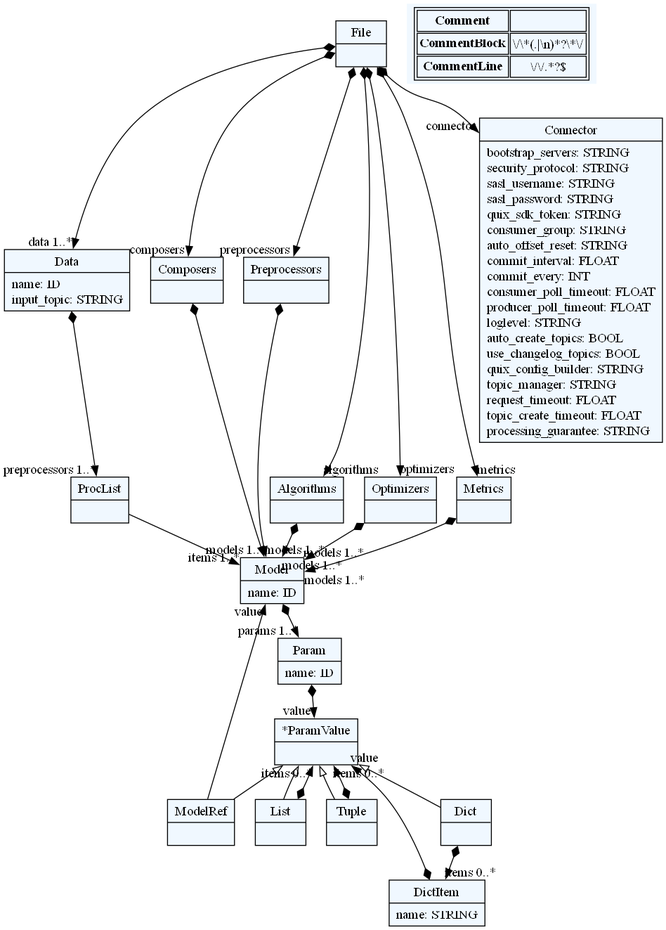
Above: beaver/refactoring-beaver/grammar/pipeline.dot.png in deepblue597/beaver (Graphviz), before the change. Its source is kept beside it as beaver/refactoring-beaver/grammar/pipeline.dot.
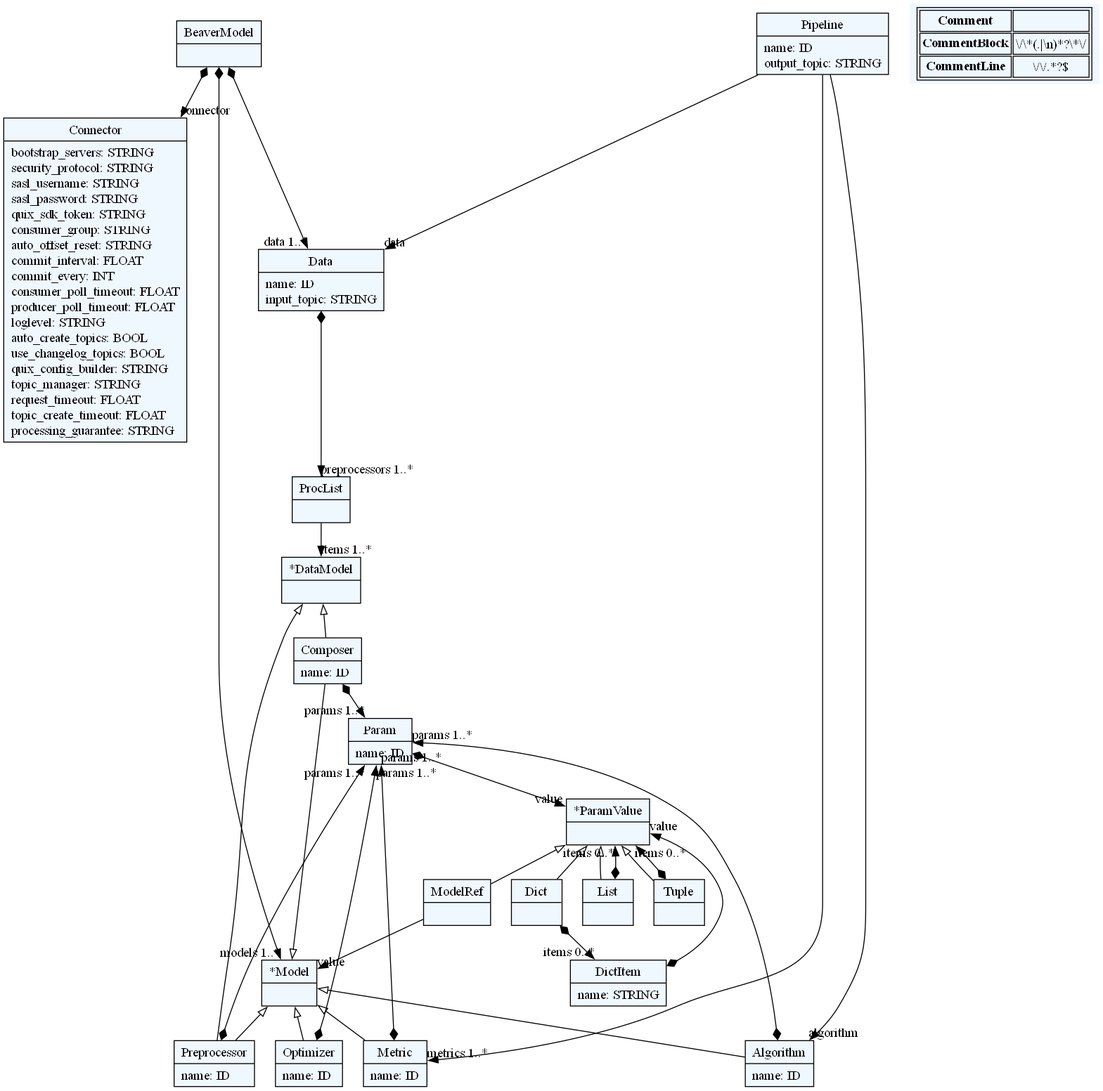
The same diagram one commit later.

What changed in the source:
```diff
@@ -10,67 +10,76 @@
     edge[dir=black,arrowtail=empty]
 
 
-2024682362720[ label="{File|}"]
+2462811762144[ label="{BeaverModel|}"]
 
-2024681887584[ label="{Data|name: ID\linput_topic: STRING\l}"]
+2462811755904[ label="{Pipeline|name: ID\loutput_topic: STRING\l}"]
 
-2024681897568[ label="{ProcList|}"]
+2462811183568[ label="{Data|name: ID\linput_topic: STRING\l}"]
 
-2024681897664[ label="{Composers|}"]
+2462811184192[ label="{ProcList|}"]
 
-2024681897760[ label="{Preprocessors|}"]
+2462811184384[ label="{Connector|bootstrap_servers: STRING\lsecurity_protocol: STRING\lsasl_username: STRING\lsasl_password: STRING\lquix_sdk_token: STRING\lconsumer_group: STRING\lauto_offset_reset: STRING\lcommit_interval: FLOAT\lcommit_every: INT\lconsumer_poll_timeout: FLOAT\lproducer_poll_timeout: FLOAT\lloglevel: STRING\lauto_create_topics: BOOL\luse_changelog_topics: BOOL\lquix_config_builder: STRING\ltopic_manager: STRING\lrequest_timeout: FLOAT\ltopic_create_timeout: FLOAT\lprocessing_guarantee: STRING\l}"]
 
-2024681897904[ label="{Algorithms|}"]
+2462811184480[ label="{List|}"]
 
-2024682063968[ label="{Optimizers|}"]
+2462811184528[ label="{Tuple|}"]
 
-2024682063008[ label="{Metrics|}"]
+2462811184624[ label="{Dict|}"]
 
-2024682062816[ label="{Connector|bootstrap_servers: STRING\lsecurity_protocol: STRING\lsasl_username: STRING\lsasl_password: STRING\lquix_sdk_token: STRING\lconsumer_group: STRING\lauto_offset_reset: STRING\lcommit_interval: FLOAT\lcommit_every: INT\lconsumer_poll_timeout: FLOAT\lproducer_poll_timeout: FLOAT\lloglevel: STRING\lauto_create_topics: BOOL\luse_changelog_topics: BOOL\lquix_config_builder: STRING\ltopic_manager: STRING\lrequest_timeout: FLOAT\ltopic_create_timeout: FLOAT\lprocessing_guarantee: STRING\l}"]
+2462811184720[ label="{DictItem|name: STRING\l}"]
 
-2024682063296[ label="{List|}"]
+2462811184816[ label="{ModelRef|}"]
 
-2024682062240[ label="{Tuple|}"]
+2462811184912[ label="{Param|name: ID\l}"]
 
-2024682062336[ label="{Dict|}"]
+2462811185104[ label="{*ParamValue|}"]
 
-2024682062960[ label="{DictItem|name: STRING\l}"]
+2462811186304[ label="{*Model|}"]
 
-2024682063344[ label="{ModelRef|}"]
+2462811187696[ label="{*DataModel|}"]
 
-2024682063584[ label="{Param|name: ID\l}"]
+2462811187792[ label="{Composer|name: ID\l}"]
 
-2024682063632[ label="{*ParamValue|}"]
+2462811187888[ label="{Preprocessor|name: ID\l}"]
 
-2024682063680[ label="{Model|name: ID\l}"]
+2462811187984[ label="{Algorithm|name: ID\l}"]
+
+2462811187936[ label="{Optimizer|name: ID\l}"]
+
+2462811185248[ label="{Metric|name: ID\l}"]
 
 
 
-2024682362720 -> 2024682062816[arrowtail=diamond, dir=both, headlabel="connector "]
-2024682362720 -> 2024681897664[arrowtail=diamond, dir=both, headlabel="composers "]
-2024682362720 -> 2024681897760[arrowtail=diamond, dir=both, headlabel="preprocessors "]
-2024682362720 -> 2024682063968[arrowtail=diamond, dir=both, headlabel="optimizers "]
-2024682362720 -> 2024681897904[arrowtail=diamond, dir=both, headlabel="algorithms "]
-2024682362720 -> 2024682063008[arrowtail=diamond, dir=both, headlabel="metrics "]
-2024682362720 -> 2024681887584[arrowtail=diamond, dir=both, headlabel="data 1..*"]
-2024681887584 -> 2024681897568[arrowtail=diamond, dir=both, headlabel="preprocessors 1..*"]
-2024681897568 -> 2024682063680[headlabel="items 1..*"]
-2024681897664 -> 2024682063680[arrowtail=diamond, dir=both, headlabel="models 1..*"]
-2024681897760 -> 2024682063680[arrowtail=diamond, dir=both, headlabel="models 1..*"]
-2024681897904 -> 2024682063680[arrowtail=diamond, dir=both, headlabel="models 1..*"]
-2024682063968 -> 2024682063680[arrowtail=diamond, dir=both, headlabel="models 1..*"]
-2024682063008 -> 2024682063680[arrowtail=diamond, dir=both, headlabel="models 1..*"]
-2024682063296 -> 2024682063632[arrowtail=diamond, dir=both, headlabel="items 0..*"]
-2024682062240 -> 2024682063632[arrowtail=diamond, dir=both, headlabel="items 0..*"]
-2024682062336 -> 2024682062960[arrowtail=diamond, dir=both, headlabel="items 0..*"]
-2024682062960 -> 2024682063632[arrowtail=diamond, dir=both, headlabel="value "]
-2024682063344 -> 2024682063680[headlabel="value "]
-2024682063584 -> 2024682063632[arrowtail=diamond, dir=both, headlabel="value "]
-2024682063632 -> 2024682062240 [dir=back]
-2024682063632 -> 2024682063296 [dir=back]
-2024682063632 -> 2024682062336 [dir=back]
-2024682063632 -> 2024682063344 [dir=back]
-2024682063680 -> 2024682063584[arrowtail=diamond, dir=both, headlabel="params 1..*"]
+2462811762144 -> 2462811184384[arrowtail=diamond, dir=both, headlabel="connector "]
+2462811762144 -> 2462811186304[arrowtail=diamond, dir=both, headlabel="models 1..*"]
+2462811762144 -> 2462811183568[arrowtail=diamond, dir=both, headlabel="data 1..*"]
+2462811755904 -> 2462811183568[headlabel="data "]
+2462811755904 -> 2462811187984[headlabel="algorithm "]
+2462811755904 -> 2462811185248[headlabel="metrics 1..*"]
+2462811183568 -> 2462811184192[arrowtail=diamond, dir=both, headlabel="preprocessors 1..*"]
+2462811184192 -> 2462811187696[headlabel="items 1..*"]
+2462811184480 -> 2462811185104[arrowtail=diamond, dir=both, headlabel="items 0..*"]
+2462811184528 -> 2462811185104[arrowtail=diamond, dir=both, headlabel="items 0..*"]
+2462811184624 -> 2462811184720[arrowtail=diamond, dir=both, headlabel="items 0..*"]
+2462811184720 -> 2462811185104[arrowtail=diamond, dir=both, headlabel="value "]
+2462811184816 -> 2462811186304[headlabel="value "]
+2462811184912 -> 2462811185104[arrowtail=diamond, dir=both, headlabel="value "]
+2462811185104 -> 2462811184528 [dir=back]
+2462811185104 -> 2462811184480 [dir=back]
+2462811185104 -> 2462811184624 [dir=back]
+2462811185104 -> 2462811184816 [dir=back]
+2462811186304 -> 2462811187792 [dir=back]
+2462811186304 -> 2462811187888 [dir=back]
+2462811186304 -> 2462811187984 [dir=back]
+2462811186304 -> 2462811187936 [dir=back]
+2462811186304 -> 2462811185248 [dir=back]
+2462811187696 -> 2462811187792 [dir=back]
+2462811187696 -> 2462811187888 [dir=back]
+2462811187792 -> 2462811184912[arrowtail=diamond, dir=both, headlabel="params 1..*"]
+2462811187888 -> 2462811184912[arrowtail=diamond, dir=both, headlabel="params 1..*"]
+2462811187984 -> 2462811184912[arrowtail=diamond, dir=both, headlabel="params 1..*"]
+2462811187936 -> 2462811184912[arrowtail=diamond, dir=both, headlabel="params 1..*"]
+2462811185248 -> 2462811184912[arrowtail=diamond, dir=both, headlabel="params 1..*"]
 match_rules [ shape=plaintext, label=< <table>
 	<tr>
 		<td><b>Comment</b></td><td></td>
```
